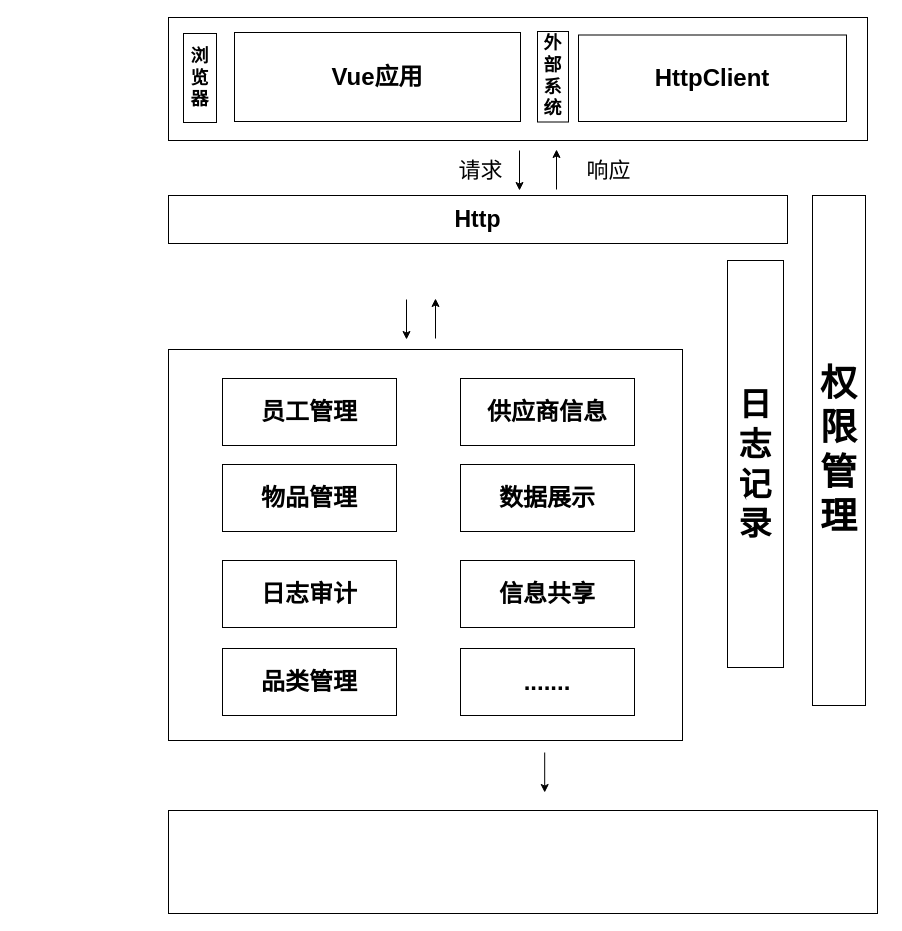
This is save/系统架构图.drawio from kehaha-5/drawio, a draw.io file, before an edit. Source tidied: cells renumbered, new cells numbered last; positions are measured from the earlier drawing's top-left corner, leaving out a move shared by most shapes. Both pictures are drawn from the tidied source at 100%, with x=0, y=0 at pixel (168, 17).
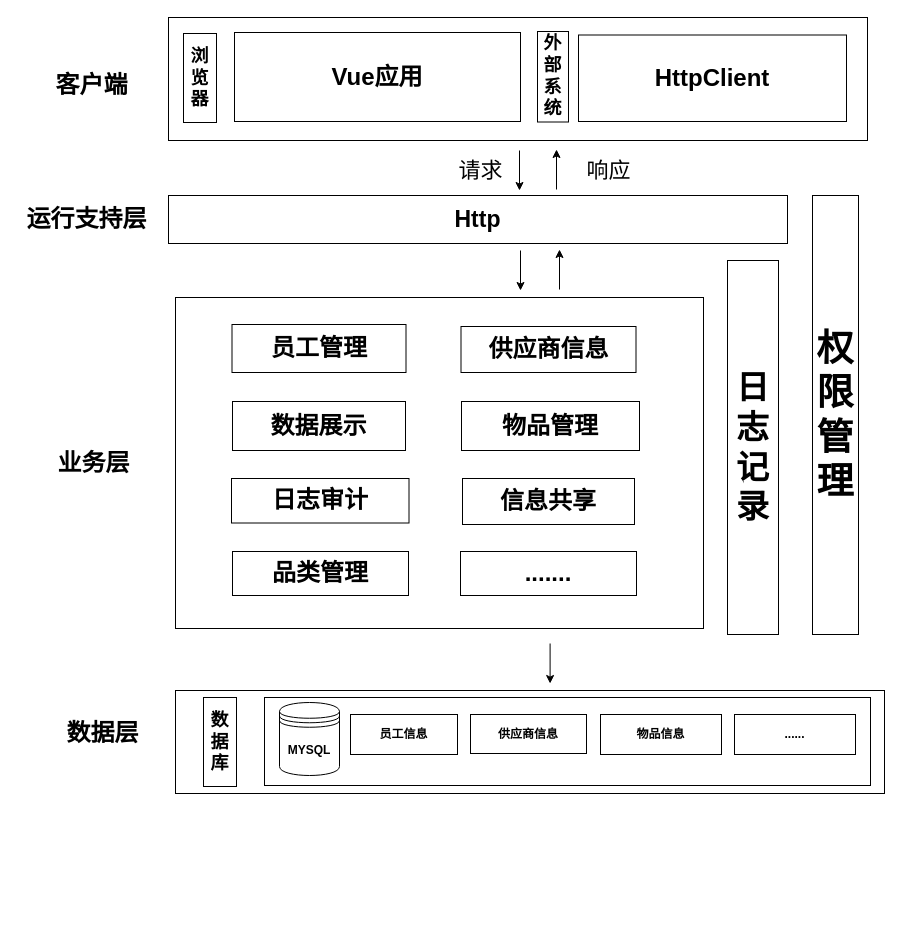
The same page after the edit.

Commit message (it also covers changes not shown here):
更新系统架构图.drawio

Diff of the diagram source:
```diff
@@
     <mxCell id="8" style="rounded=0;whiteSpace=wrap;html=1;" parent="1" vertex="1">
-      <mxGeometry y="332" width="514" height="391" as="geometry" />
+      <mxGeometry x="7" y="280" width="528" height="331" as="geometry" />
     </mxCell>
     <mxCell id="9" style="rounded=0;whiteSpace=wrap;html=1;" parent="1" vertex="1">
-      <mxGeometry y="793" width="709" height="103" as="geometry" />
+      <mxGeometry x="7" y="673" width="709" height="103" as="geometry" />
     </mxCell>
@@
     <mxCell id="12" value="&lt;font style=&quot;font-size: 37px;&quot;&gt;&lt;b&gt;权限管理&lt;/b&gt;&lt;/font&gt;" style="rounded=0;whiteSpace=wrap;html=1;" parent="1" vertex="1">
-      <mxGeometry x="644" y="178" width="53" height="510" as="geometry" />
+      <mxGeometry x="644" y="178" width="46" height="439" as="geometry" />
     </mxCell>
     <mxCell id="13" value="&lt;font style=&quot;font-size: 33px;&quot;&gt;&lt;b&gt;日志记录&lt;/b&gt;&lt;/font&gt;" style="rounded=0;whiteSpace=wrap;html=1;" parent="1" vertex="1">
-      <mxGeometry x="559" y="243" width="56" height="407" as="geometry" />
+      <mxGeometry x="559" y="243" width="51" height="374" as="geometry" />
     </mxCell>
     <mxCell id="14" style="endArrow=classic;html=1;rounded=0;" parent="1" edge="1">
       <mxGeometry relative="1" as="geometry">
-        <mxPoint x="238" y="282" as="sourcePoint" />
-        <mxPoint x="238" y="322" as="targetPoint" />
+        <mxPoint x="352" y="233" as="sourcePoint" />
+        <mxPoint x="352" y="273" as="targetPoint" />
       </mxGeometry>
     </mxCell>
     <mxCell id="15" style="endArrow=none;html=1;rounded=0;startFill=1;strokeColor=default;startArrow=classic;" parent="1" edge="1">
       <mxGeometry relative="1" as="geometry">
-        <mxPoint x="267" y="281" as="sourcePoint" />
-        <mxPoint x="267" y="321" as="targetPoint" />
+        <mxPoint x="391" y="232" as="sourcePoint" />
+        <mxPoint x="391" y="272" as="targetPoint" />
       </mxGeometry>
     </mxCell>
@@
     <mxCell id="18" value="&lt;font style=&quot;font-size: 24px;&quot;&gt;员工管理&lt;/font&gt;" style="rounded=0;whiteSpace=wrap;html=1;fontStyle=1;" parent="1" vertex="1">
-      <mxGeometry x="54" y="361" width="174" height="67" as="geometry" />
+      <mxGeometry x="63.5" y="307" width="174" height="48" as="geometry" />
     </mxCell>
     <mxCell id="19" value="&lt;span style=&quot;font-size: 24px;&quot;&gt;&lt;b&gt;供应商信息&lt;/b&gt;&lt;/span&gt;" style="rounded=0;whiteSpace=wrap;html=1;" parent="1" vertex="1">
-      <mxGeometry x="292" y="361" width="174" height="67" as="geometry" />
+      <mxGeometry x="292.5" y="309" width="175" height="46" as="geometry" />
     </mxCell>
     <mxCell id="20" value="&lt;span style=&quot;font-size: 24px;&quot;&gt;物品管理&lt;/span&gt;" style="rounded=0;whiteSpace=wrap;html=1;fontStyle=1;" parent="1" vertex="1">
-      <mxGeometry x="54" y="447" width="174" height="67" as="geometry" />
+      <mxGeometry x="293" y="384" width="178" height="49" as="geometry" />
     </mxCell>
     <mxCell id="21" value="&lt;span style=&quot;font-size: 24px;&quot;&gt;&lt;b&gt;数据展示&lt;/b&gt;&lt;/span&gt;" style="rounded=0;whiteSpace=wrap;html=1;" parent="1" vertex="1">
-      <mxGeometry x="292" y="447" width="174" height="67" as="geometry" />
+      <mxGeometry x="64" y="384" width="173" height="49" as="geometry" />
     </mxCell>
     <mxCell id="22" value="&lt;span style=&quot;font-size: 24px;&quot;&gt;日志审计&lt;/span&gt;" style="rounded=0;whiteSpace=wrap;html=1;fontStyle=1;" parent="1" vertex="1">
-      <mxGeometry x="54" y="543" width="174" height="67" as="geometry" />
+      <mxGeometry x="63" y="461" width="177.5" height="44.5" as="geometry" />
     </mxCell>
     <mxCell id="23" value="&lt;span style=&quot;font-size: 24px;&quot;&gt;信息共享&lt;/span&gt;" style="rounded=0;whiteSpace=wrap;html=1;fontStyle=1;" parent="1" vertex="1">
-      <mxGeometry x="292" y="543" width="174" height="67" as="geometry" />
+      <mxGeometry x="294" y="461" width="172" height="46" as="geometry" />
     </mxCell>
     <mxCell id="24" value="&lt;span style=&quot;font-size: 24px;&quot;&gt;品类管理&lt;/span&gt;" style="rounded=0;whiteSpace=wrap;html=1;fontStyle=1;" parent="1" vertex="1">
-      <mxGeometry x="54" y="631" width="174" height="67" as="geometry" />
+      <mxGeometry x="64" y="534" width="176" height="44" as="geometry" />
     </mxCell>
     <mxCell id="25" value="&lt;span style=&quot;font-size: 24px;&quot;&gt;.......&lt;/span&gt;" style="rounded=0;whiteSpace=wrap;html=1;fontStyle=1;" parent="1" vertex="1">
-      <mxGeometry x="292" y="631" width="174" height="67" as="geometry" />
+      <mxGeometry x="292" y="534" width="176" height="44" as="geometry" />
     </mxCell>
     <mxCell id="26" style="endArrow=classic;html=1;rounded=0;" parent="1" edge="1">
       <mxGeometry relative="1" as="geometry">
-        <mxPoint x="376.2" y="735" as="sourcePoint" />
-        <mxPoint x="376.2" y="775" as="targetPoint" />
+        <mxPoint x="381.6" y="626" as="sourcePoint" />
+        <mxPoint x="381.6" y="666" as="targetPoint" />
       </mxGeometry>
     </mxCell>
+    <mxCell id="27" value="&lt;span style=&quot;font-size: 18px;&quot;&gt;&lt;b&gt;数据库&lt;/b&gt;&lt;/span&gt;" style="rounded=0;whiteSpace=wrap;html=1;" parent="1" vertex="1">
+      <mxGeometry x="35" y="680" width="33" height="89" as="geometry" />
+    </mxCell>
+    <mxCell id="28" style="rounded=0;whiteSpace=wrap;html=1;" parent="1" vertex="1">
+      <mxGeometry x="96" y="680" width="606" height="88" as="geometry" />
+    </mxCell>
+    <mxCell id="29" value="MYSQL" style="shape=datastore;whiteSpace=wrap;html=1;fontStyle=1;" parent="1" vertex="1">
+      <mxGeometry x="111" y="685" width="60" height="73" as="geometry" />
+    </mxCell>
+    <mxCell id="30" value="员工信息" style="rounded=0;whiteSpace=wrap;html=1;fontStyle=1;" parent="1" vertex="1">
+      <mxGeometry x="182" y="697" width="107" height="40" as="geometry" />
+    </mxCell>
+    <mxCell id="31" value="供应商信息" style="rounded=0;whiteSpace=wrap;html=1;fontStyle=1;" parent="1" vertex="1">
+      <mxGeometry x="302" y="697" width="116" height="39" as="geometry" />
+    </mxCell>
+    <mxCell id="32" value="物品信息" style="rounded=0;whiteSpace=wrap;html=1;fontStyle=1;" parent="1" vertex="1">
+      <mxGeometry x="432" y="697" width="121" height="40" as="geometry" />
+    </mxCell>
+    <mxCell id="33" value="......" style="rounded=0;whiteSpace=wrap;html=1;fontStyle=1;" parent="1" vertex="1">
+      <mxGeometry x="566" y="697" width="121" height="40" as="geometry" />
+    </mxCell>
+    <mxCell id="34" value="客户端" style="text;html=1;align=center;verticalAlign=middle;strokeColor=none;fillColor=none;fontSize=24;fontStyle=1;" parent="1" vertex="1">
+      <mxGeometry x="-122" y="47" width="90" height="41" as="geometry" />
+    </mxCell>
+    <mxCell id="35" value="运行支持层" style="text;html=1;align=center;verticalAlign=middle;strokeColor=none;fillColor=none;fontSize=24;fontStyle=1;" parent="1" vertex="1">
+      <mxGeometry x="-151" y="181" width="138" height="41" as="geometry" />
+    </mxCell>
+    <mxCell id="36" value="业务层" style="text;html=1;align=center;verticalAlign=middle;strokeColor=none;fillColor=none;fontSize=24;fontStyle=1;" parent="1" vertex="1">
+      <mxGeometry x="-120" y="425" width="90" height="41" as="geometry" />
+    </mxCell>
+    <mxCell id="37" value="数据层" style="text;html=1;align=center;verticalAlign=middle;strokeColor=none;fillColor=none;fontSize=24;fontStyle=1;" parent="1" vertex="1">
+      <mxGeometry x="-111" y="695" width="90" height="41" as="geometry" />
+    </mxCell>
```
